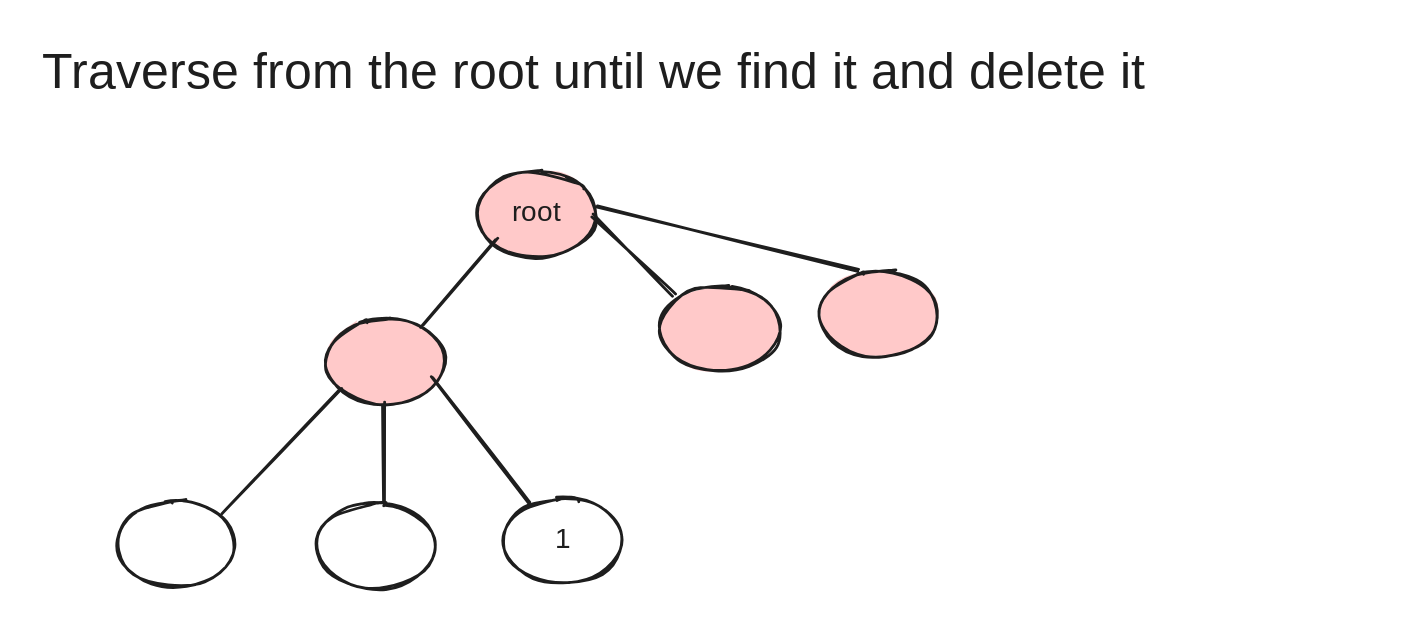
Before: .gitbook/assets/file.excalidraw (2).svg, a diagram exported from Excalidraw (UmbrellaCrow612/gitbook-content). Source tidied: one line per element, renumbered; positions are measured from the earlier drawing's top-left corner, leaving out a move shared by most shapes.
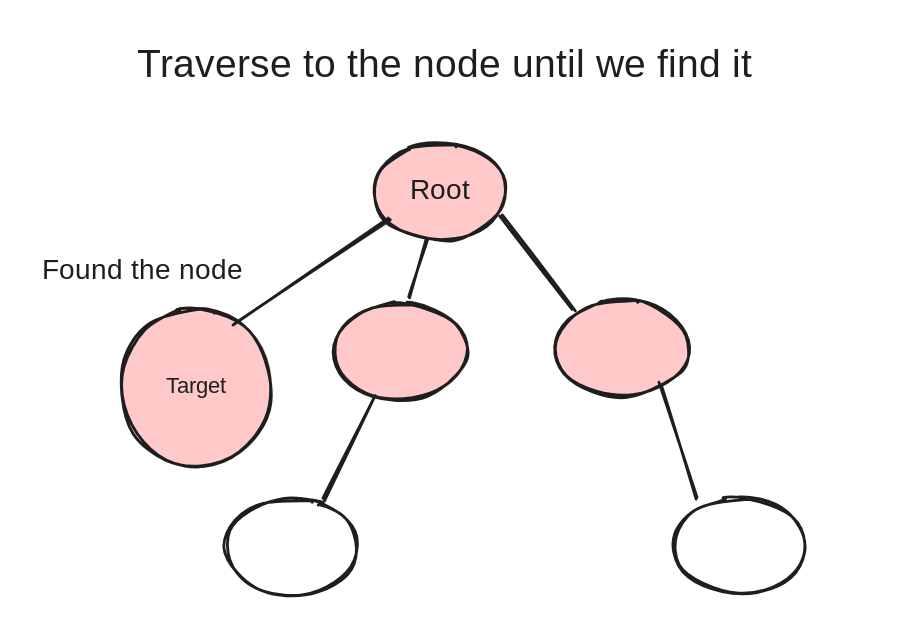
Later version of the same file.

The edit, as a diff of the source:
```diff
@@ -1,16 +1,15 @@
-{"id": 0, "type": "text", "text": "Traverse from the root until we find it and delete it", "strokeColor": "#1e1e1e", "strokeWidth": 2, "roughness": 1, "fontSize": 36, "fontFamily": 1, "x": 0, "y": 0, "width": 957, "height": 45}
-{"id": 1, "type": "ellipse", "strokeColor": "#1e1e1e", "backgroundColor": "#ffc9c9", "fillStyle": "solid", "strokeWidth": 2, "roughness": 1, "round": true, "x": 311, "y": 92, "width": 85, "height": 61}
-{"id": 2, "type": "text", "text": "root", "strokeColor": "#1e1e1e", "strokeWidth": 2, "roughness": 1, "fontSize": 20, "fontFamily": 1, "textAlign": "center", "verticalAlign": "middle", "inside": 1, "x": 332, "y": 110, "width": 42, "height": 25}
-{"id": 3, "type": "ellipse", "strokeColor": "#1e1e1e", "backgroundColor": "#ffc9c9", "fillStyle": "solid", "strokeWidth": 2, "roughness": 1, "round": true, "x": 442, "y": 174, "width": 85, "height": 61}
-{"id": 4, "type": "ellipse", "strokeColor": "#1e1e1e", "backgroundColor": "#ffc9c9", "fillStyle": "solid", "strokeWidth": 2, "roughness": 1, "round": true, "x": 203, "y": 198, "width": 85, "height": 61}
-{"id": 5, "type": "ellipse", "strokeColor": "#1e1e1e", "strokeWidth": 2, "roughness": 1, "round": true, "x": 53, "y": 328, "width": 85, "height": 61}
-{"id": 6, "type": "ellipse", "strokeColor": "#1e1e1e", "strokeWidth": 2, "roughness": 1, "round": true, "x": 195, "y": 330, "width": 85, "height": 61}
-{"id": 7, "type": "ellipse", "strokeColor": "#1e1e1e", "strokeWidth": 2, "roughness": 1, "round": true, "x": 329, "y": 326, "width": 85, "height": 61}
-{"id": 8, "type": "text", "text": "1", "strokeColor": "#1e1e1e", "strokeWidth": 2, "roughness": 1, "fontSize": 20, "fontFamily": 1, "textAlign": "center", "verticalAlign": "middle", "inside": 7, "x": 369, "y": 344, "width": 5, "height": 25}
-{"id": 9, "type": "ellipse", "strokeColor": "#1e1e1e", "backgroundColor": "#ffc9c9", "fillStyle": "solid", "strokeWidth": 2, "roughness": 1, "round": true, "x": 555, "y": 164, "width": 85, "height": 61}
-{"id": 10, "type": "line", "strokeColor": "#1e1e1e", "strokeWidth": 2, "roughness": 1, "round": true, "x": 325, "y": 142, "width": 53, "height": 62, "points": [[0, 0], [-53, 62]]}
-{"id": 11, "type": "line", "strokeColor": "#1e1e1e", "strokeWidth": 2, "roughness": 1, "round": true, "x": 213, "y": 248, "width": 84, "height": 89, "points": [[0, 0], [-84, 89]]}
-{"id": 12, "type": "line", "strokeColor": "#1e1e1e", "strokeWidth": 2, "roughness": 1, "round": true, "x": 245, "y": 258, "width": 1, "height": 71, "points": [[0, 0], [-1, 71]]}
-{"id": 13, "type": "line", "strokeColor": "#1e1e1e", "strokeWidth": 2, "roughness": 1, "round": true, "x": 279, "y": 240, "width": 69, "height": 90, "points": [[0, 0], [69, 90]]}
-{"id": 14, "type": "line", "strokeColor": "#1e1e1e", "strokeWidth": 2, "roughness": 1, "round": true, "x": 393, "y": 124, "width": 59, "height": 57, "points": [[0, 0], [59, 57]]}
-{"id": 15, "type": "line", "strokeColor": "#1e1e1e", "strokeWidth": 2, "roughness": 1, "round": true, "x": 396, "y": 117, "width": 187, "height": 45, "points": [[0, 0], [187, 45]]}
+{"id": 16, "type": "ellipse", "strokeColor": "#1e1e1e", "backgroundColor": "#ffc9c9", "fillStyle": "solid", "strokeWidth": 2, "roughness": 1, "round": true, "x": 405, "y": 88, "width": 95, "height": 69}
+{"id": 17, "type": "text", "text": "Root", "strokeColor": "#1e1e1e", "strokeWidth": 2, "roughness": 1, "fontSize": 20, "fontFamily": 1, "textAlign": "center", "verticalAlign": "middle", "inside": 16, "x": 429, "y": 110, "width": 47, "height": 25}
+{"id": 18, "type": "ellipse", "strokeColor": "#1e1e1e", "backgroundColor": "#ffc9c9", "fillStyle": "solid", "strokeWidth": 2, "roughness": 1, "round": true, "x": 536, "y": 200, "width": 95, "height": 69}
+{"id": 19, "type": "ellipse", "strokeColor": "#1e1e1e", "backgroundColor": "#ffc9c9", "fillStyle": "solid", "strokeWidth": 2, "roughness": 1, "round": true, "x": 377, "y": 202, "width": 95, "height": 69}
+{"id": 20, "type": "ellipse", "strokeColor": "#1e1e1e", "backgroundColor": "#ffc9c9", "fillStyle": "solid", "strokeWidth": 2, "roughness": 1, "round": true, "x": 224, "y": 206, "width": 108, "height": 113}
+{"id": 21, "type": "text", "text": "Target", "strokeColor": "#1e1e1e", "strokeWidth": 2, "roughness": 1, "fontSize": 16, "fontFamily": 1, "textAlign": "center", "verticalAlign": "middle", "inside": 20, "x": 250, "y": 252, "width": 56, "height": 20}
+{"id": 22, "type": "ellipse", "strokeColor": "#1e1e1e", "strokeWidth": 2, "roughness": 1, "round": true, "x": 299, "y": 342, "width": 95, "height": 69}
+{"id": 23, "type": "ellipse", "strokeColor": "#1e1e1e", "strokeWidth": 2, "roughness": 1, "round": true, "x": 620, "y": 341, "width": 95, "height": 69}
+{"id": 24, "type": "line", "strokeColor": "#1e1e1e", "strokeWidth": 2, "roughness": 1, "round": true, "x": 417, "y": 143, "width": 111, "height": 75, "points": [[0, 0], [-111, 75]]}
+{"id": 25, "type": "line", "strokeColor": "#1e1e1e", "strokeWidth": 2, "roughness": 1, "round": true, "x": 443, "y": 156, "width": 12, "height": 42, "points": [[0, 0], [-12, 42]]}
+{"id": 26, "type": "line", "strokeColor": "#1e1e1e", "strokeWidth": 2, "roughness": 1, "round": true, "x": 496, "y": 140, "width": 52, "height": 68, "points": [[0, 0], [52, 68]]}
+{"id": 27, "type": "line", "strokeColor": "#1e1e1e", "strokeWidth": 2, "roughness": 1, "round": true, "x": 610, "y": 260, "width": 26, "height": 82, "points": [[0, 0], [26, 82]]}
+{"id": 28, "type": "line", "strokeColor": "#1e1e1e", "strokeWidth": 2, "roughness": 1, "round": true, "x": 406, "y": 269, "width": 35, "height": 74, "points": [[0, 0], [-35, 74]]}
+{"id": 29, "type": "text", "text": "Traverse to the node until we find it", "strokeColor": "#1e1e1e", "strokeWidth": 2, "roughness": 1, "fontSize": 28, "fontFamily": 1, "x": 237, "y": 16, "width": 521, "height": 35}
+{"id": 30, "type": "text", "text": "Found the node", "strokeColor": "#1e1e1e", "backgroundColor": "#ffc9c9", "fillStyle": "solid", "strokeWidth": 2, "roughness": 1, "fontSize": 20, "fontFamily": 1, "x": 168, "y": 167, "width": 149, "height": 25}
```
